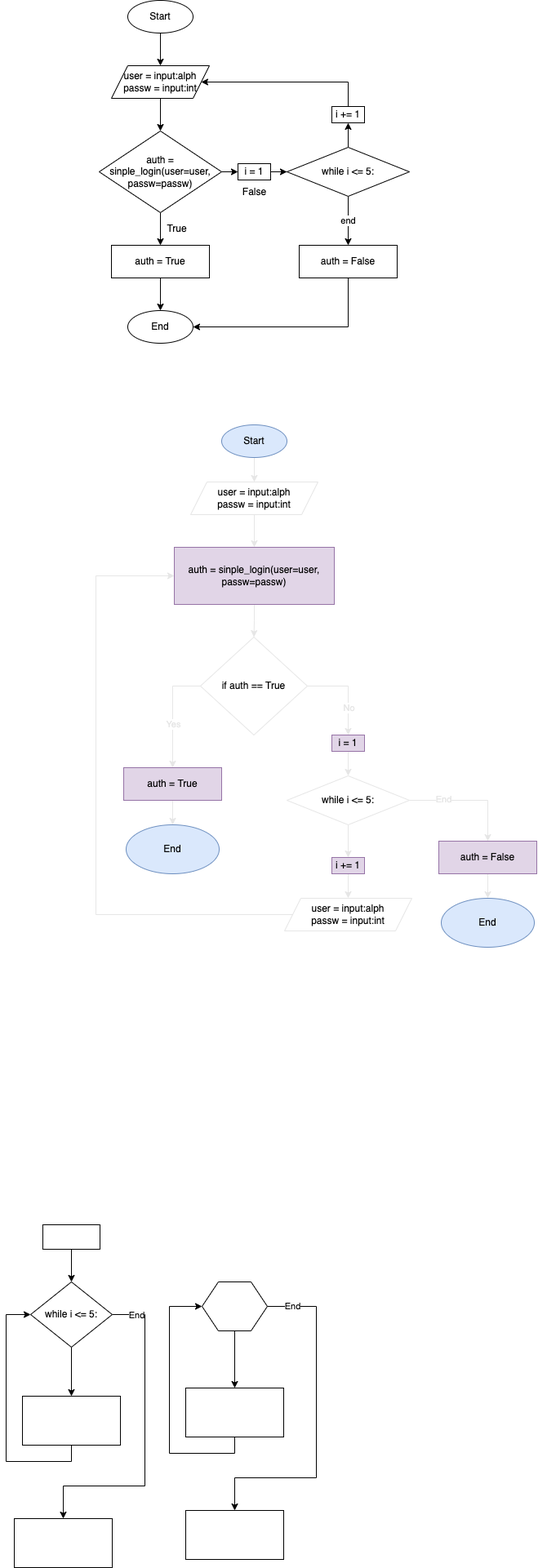
Before: Project_001_Floch01.drawio.png, a diagram exported from draw.io (Verlonskg/Project_1). Source tidied: cells renumbered, new cells last; positions are measured from the earlier drawing's top-left corner, leaving out a move shared by most shapes.
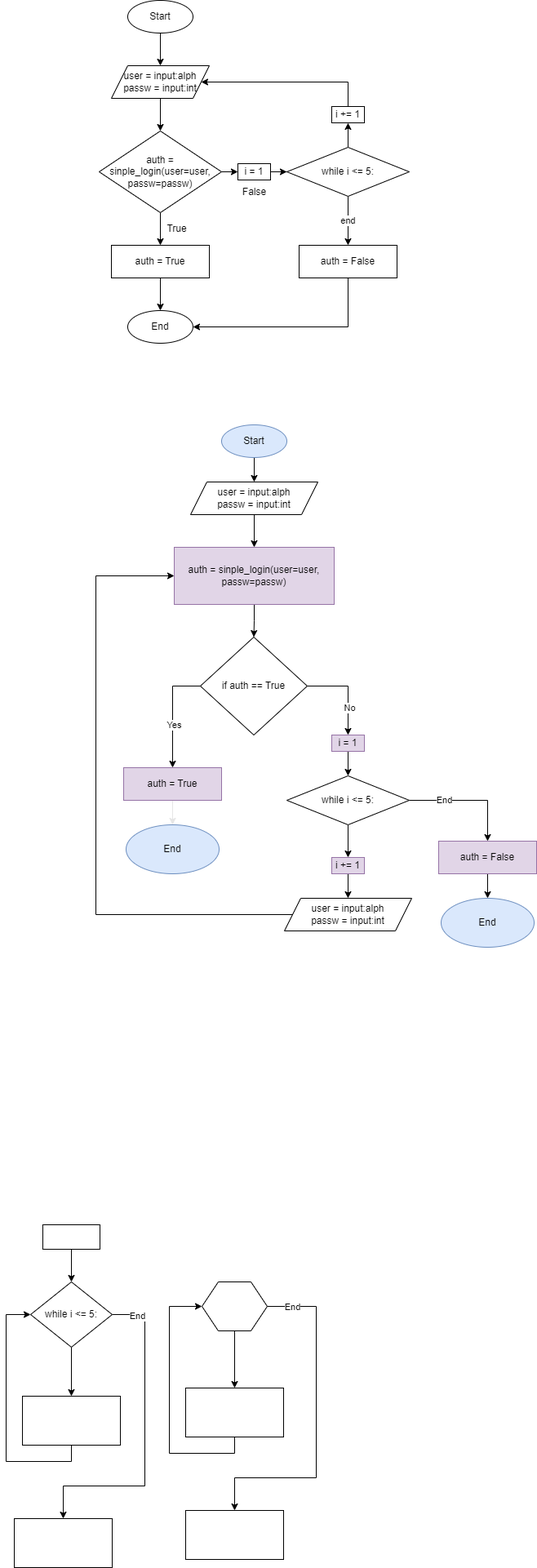
The same file after the commit.

Change to the diagram source:
```diff
@@ -1,4 +1,4 @@
-<mxGraphModel>
+<mxGraphModel background="#ffffff">
   <root>
     <mxCell id="0" />
     <mxCell id="1" parent="0" />
@@ -154,41 +154,41 @@
     <mxCell id="38" style="rounded=0;whiteSpace=wrap;html=1;" parent="1" vertex="1">
       <mxGeometry x="45" y="1500" width="70" height="30" as="geometry" />
     </mxCell>
-    <mxCell id="39" style="edgeStyle=orthogonalEdgeStyle;rounded=0;jettySize=auto;html=1;strokeColor=#E6E6E6;" parent="1" edge="1" source="40" target="42">
+    <mxCell id="39" style="edgeStyle=orthogonalEdgeStyle;rounded=0;jettySize=auto;html=1;strokeColor=#000000;" parent="1" edge="1" source="40" target="42">
       <mxGeometry relative="1" as="geometry" />
     </mxCell>
     <mxCell id="40" value="Start" style="ellipse;whiteSpace=wrap;html=1;fillColor=#dae8fc;strokeColor=#6c8ebf;" parent="1" vertex="1">
       <mxGeometry x="264" y="520" width="80" height="40" as="geometry" />
     </mxCell>
-    <mxCell id="41" style="edgeStyle=orthogonalEdgeStyle;rounded=0;jettySize=auto;html=1;strokeColor=#E6E6E6;" parent="1" edge="1" source="42" target="44">
+    <mxCell id="41" style="edgeStyle=orthogonalEdgeStyle;rounded=0;jettySize=auto;html=1;strokeColor=#000000;" parent="1" edge="1" source="42" target="44">
       <mxGeometry relative="1" as="geometry" />
     </mxCell>
-    <mxCell id="42" value="user = input:alph&lt;br&gt;passw = input:int" style="shape=parallelogram;perimeter=parallelogramPerimeter;whiteSpace=wrap;html=1;fixedSize=1;strokeColor=#E6E6E6;" parent="1" vertex="1">
+    <mxCell id="42" value="user = input:alph&lt;br&gt;passw = input:int" style="shape=parallelogram;perimeter=parallelogramPerimeter;whiteSpace=wrap;html=1;fixedSize=1;strokeColor=#000000;" parent="1" vertex="1">
       <mxGeometry x="226" y="590" width="156" height="40" as="geometry" />
     </mxCell>
-    <mxCell id="43" style="edgeStyle=orthogonalEdgeStyle;rounded=0;jettySize=auto;html=1;strokeColor=#E6E6E6;" parent="1" edge="1" source="44" target="49">
+    <mxCell id="43" style="edgeStyle=orthogonalEdgeStyle;rounded=0;jettySize=auto;html=1;strokeColor=#000000;" parent="1" edge="1" source="44" target="49">
       <mxGeometry relative="1" as="geometry" />
     </mxCell>
     <mxCell id="44" value="auth = sinple_login(user=user, passw=passw)" style="whiteSpace=wrap;html=1;fillColor=#e1d5e7;strokeColor=#9673a6;" parent="1" vertex="1">
       <mxGeometry x="206" y="670" width="196" height="70" as="geometry" />
     </mxCell>
-    <mxCell id="45" style="edgeStyle=orthogonalEdgeStyle;rounded=0;jettySize=auto;html=1;entryX=0.5;entryY=0;entryDx=0;entryDy=0;strokeColor=#E6E6E6;" parent="1" edge="1" source="49" target="51">
+    <mxCell id="45" style="edgeStyle=orthogonalEdgeStyle;rounded=0;jettySize=auto;html=1;entryX=0.5;entryY=0;entryDx=0;entryDy=0;strokeColor=#000000;" parent="1" edge="1" source="49" target="51">
       <mxGeometry relative="1" as="geometry">
         <Array as="points">
           <mxPoint x="204" y="840" />
         </Array>
       </mxGeometry>
     </mxCell>
-    <mxCell id="46" value="Yes" style="edgeLabel;html=1;align=center;verticalAlign=middle;fontColor=#E6E6E6;" parent="45" vertex="1">
+    <mxCell id="46" value="Yes" style="edgeLabel;html=1;align=center;verticalAlign=middle;fontColor=#000000;" parent="45" vertex="1">
       <mxGeometry x="0.21" y="1" relative="1" as="geometry" />
     </mxCell>
-    <mxCell id="47" style="edgeStyle=orthogonalEdgeStyle;rounded=0;jettySize=auto;html=1;entryX=0.5;entryY=0;entryDx=0;entryDy=0;strokeColor=#E6E6E6;" parent="1" edge="1" source="49" target="53">
+    <mxCell id="47" style="edgeStyle=orthogonalEdgeStyle;rounded=0;jettySize=auto;html=1;entryX=0.5;entryY=0;entryDx=0;entryDy=0;strokeColor=#000000;" parent="1" edge="1" source="49" target="53">
       <mxGeometry relative="1" as="geometry" />
     </mxCell>
-    <mxCell id="48" value="No" style="edgeLabel;html=1;align=center;verticalAlign=middle;fontColor=#E6E6E6;" parent="47" vertex="1">
+    <mxCell id="48" value="No" style="edgeLabel;html=1;align=center;verticalAlign=middle;fontColor=#000000;" parent="47" vertex="1">
       <mxGeometry x="0.39" y="1" relative="1" as="geometry" />
     </mxCell>
-    <mxCell id="49" value="if auth == True" style="rhombus;whiteSpace=wrap;html=1;strokeColor=#E6E6E6;" parent="1" vertex="1">
+    <mxCell id="49" value="if auth == True" style="rhombus;whiteSpace=wrap;html=1;strokeColor=#000000;" parent="1" vertex="1">
       <mxGeometry x="238" y="780" width="131" height="120" as="geometry" />
     </mxCell>
     <mxCell id="50" style="edgeStyle=orthogonalEdgeStyle;rounded=0;jettySize=auto;html=1;strokeColor=#E6E6E6;" parent="1" edge="1" source="51" target="62">
@@ -197,31 +197,31 @@
     <mxCell id="51" value="auth = True" style="whiteSpace=wrap;html=1;fillColor=#e1d5e7;strokeColor=#9673a6;" parent="1" vertex="1">
       <mxGeometry x="144" y="940" width="120" height="40" as="geometry" />
     </mxCell>
-    <mxCell id="52" style="edgeStyle=orthogonalEdgeStyle;rounded=0;jettySize=auto;html=1;strokeColor=#E6E6E6;" parent="1" edge="1" source="53" target="57">
+    <mxCell id="52" style="edgeStyle=orthogonalEdgeStyle;rounded=0;jettySize=auto;html=1;strokeColor=#000000;" parent="1" edge="1" source="53" target="57">
       <mxGeometry relative="1" as="geometry" />
     </mxCell>
     <mxCell id="53" value="i = 1" style="whiteSpace=wrap;html=1;fillColor=#e1d5e7;strokeColor=#9673a6;" parent="1" vertex="1">
       <mxGeometry x="399" y="900" width="40" height="20" as="geometry" />
     </mxCell>
-    <mxCell id="54" style="edgeStyle=orthogonalEdgeStyle;rounded=0;jettySize=auto;html=1;strokeColor=#E6E6E6;" parent="1" edge="1" source="57" target="59">
+    <mxCell id="54" style="edgeStyle=orthogonalEdgeStyle;rounded=0;jettySize=auto;html=1;strokeColor=#000000;" parent="1" edge="1" source="57" target="59">
       <mxGeometry relative="1" as="geometry" />
     </mxCell>
-    <mxCell id="55" style="edgeStyle=orthogonalEdgeStyle;rounded=0;jettySize=auto;html=1;entryX=0.5;entryY=0;entryDx=0;entryDy=0;strokeColor=#E6E6E6;" parent="1" edge="1" source="57" target="64">
+    <mxCell id="55" style="edgeStyle=orthogonalEdgeStyle;rounded=0;jettySize=auto;html=1;entryX=0.5;entryY=0;entryDx=0;entryDy=0;strokeColor=#000000;" parent="1" edge="1" source="57" target="64">
       <mxGeometry relative="1" as="geometry" />
     </mxCell>
-    <mxCell id="56" value="End" style="edgeLabel;html=1;align=center;verticalAlign=middle;fontColor=#E6E6E6;" parent="55" vertex="1">
+    <mxCell id="56" value="End" style="edgeLabel;html=1;align=center;verticalAlign=middle;fontColor=#000000;" parent="55" vertex="1">
       <mxGeometry x="-0.42" y="1" relative="1" as="geometry" />
     </mxCell>
-    <mxCell id="57" value="&lt;div style=&quot;&quot;&gt;&lt;br&gt;&lt;/div&gt;&lt;div style=&quot;&quot;&gt;while i &amp;lt;= 5:&lt;/div&gt;&lt;div style=&quot;&quot;&gt;&lt;br&gt;&lt;/div&gt;" style="rhombus;whiteSpace=wrap;html=1;strokeColor=#E6E6E6;" parent="1" vertex="1">
+    <mxCell id="57" value="&lt;div style=&quot;&quot;&gt;&lt;br&gt;&lt;/div&gt;&lt;div style=&quot;&quot;&gt;while i &amp;lt;= 5:&lt;/div&gt;&lt;div style=&quot;&quot;&gt;&lt;br&gt;&lt;/div&gt;" style="rhombus;whiteSpace=wrap;html=1;strokeColor=#000000;" parent="1" vertex="1">
       <mxGeometry x="344" y="950" width="150" height="60" as="geometry" />
     </mxCell>
-    <mxCell id="58" style="edgeStyle=orthogonalEdgeStyle;rounded=0;jettySize=auto;html=1;strokeColor=#E6E6E6;" parent="1" edge="1" source="59" target="61">
+    <mxCell id="58" style="edgeStyle=orthogonalEdgeStyle;rounded=0;jettySize=auto;html=1;strokeColor=#000000;" parent="1" edge="1" source="59" target="61">
       <mxGeometry relative="1" as="geometry" />
     </mxCell>
     <mxCell id="59" value="i += 1" style="whiteSpace=wrap;html=1;fillColor=#e1d5e7;strokeColor=#9673a6;" parent="1" vertex="1">
       <mxGeometry x="399" y="1050" width="40" height="20" as="geometry" />
     </mxCell>
-    <mxCell id="60" style="edgeStyle=orthogonalEdgeStyle;rounded=0;jettySize=auto;html=1;entryX=0;entryY=0.5;entryDx=0;entryDy=0;strokeColor=#E6E6E6;" parent="1" edge="1" source="61" target="44">
+    <mxCell id="60" style="edgeStyle=orthogonalEdgeStyle;rounded=0;jettySize=auto;html=1;entryX=0;entryY=0.5;entryDx=0;entryDy=0;strokeColor=#000000;" parent="1" edge="1" source="61" target="44">
       <mxGeometry relative="1" as="geometry">
         <Array as="points">
           <mxPoint x="110" y="1120" />
@@ -229,13 +229,13 @@
         </Array>
       </mxGeometry>
     </mxCell>
-    <mxCell id="61" value="user = input:alph&lt;br&gt;passw = input:int" style="shape=parallelogram;perimeter=parallelogramPerimeter;whiteSpace=wrap;html=1;fixedSize=1;strokeColor=#E6E6E6;" parent="1" vertex="1">
+    <mxCell id="61" value="user = input:alph&lt;br&gt;passw = input:int" style="shape=parallelogram;perimeter=parallelogramPerimeter;whiteSpace=wrap;html=1;fixedSize=1;strokeColor=#000000;" parent="1" vertex="1">
       <mxGeometry x="341" y="1100" width="156" height="40" as="geometry" />
     </mxCell>
     <mxCell id="62" value="End" style="ellipse;whiteSpace=wrap;html=1;fillColor=#dae8fc;strokeColor=#6c8ebf;" parent="1" vertex="1">
       <mxGeometry x="147" y="1010" width="114" height="60" as="geometry" />
     </mxCell>
-    <mxCell id="63" style="edgeStyle=orthogonalEdgeStyle;rounded=0;jettySize=auto;html=1;strokeColor=#E6E6E6;" parent="1" edge="1" source="64" target="65">
+    <mxCell id="63" style="edgeStyle=orthogonalEdgeStyle;rounded=0;jettySize=auto;html=1;strokeColor=#000000;" parent="1" edge="1" source="64" target="65">
       <mxGeometry relative="1" as="geometry" />
     </mxCell>
     <mxCell id="64" value="auth = False" style="whiteSpace=wrap;html=1;fillColor=#e1d5e7;strokeColor=#9673a6;" parent="1" vertex="1">
```
